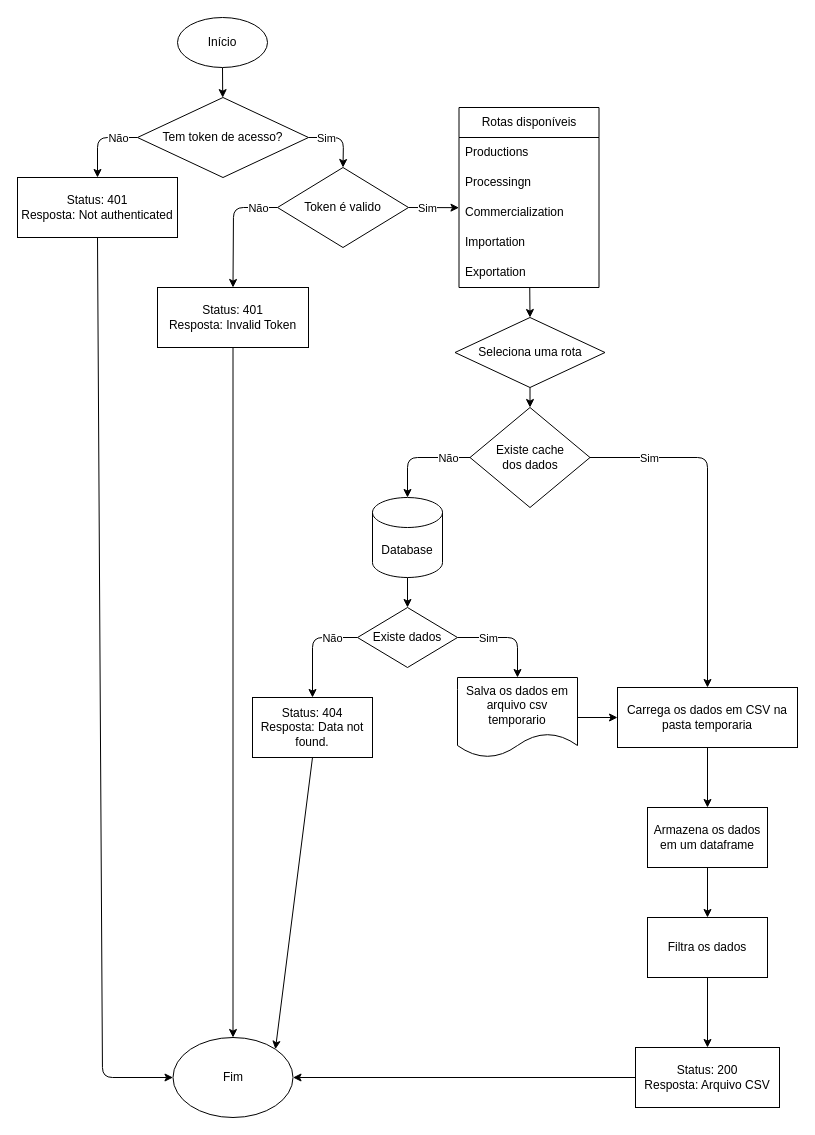
Above: docs/flowchart_api.drawio in barravitor/fiap-ml-tech-challenge-stage-1 (draw.io), before the change. Source tidied: cells renumbered, new cells numbered last; positions are measured from the earlier drawing's top-left corner, leaving out a move shared by most shapes. Both pictures are drawn from the tidied source at 100%, with x=0, y=0 at pixel (17, 17).
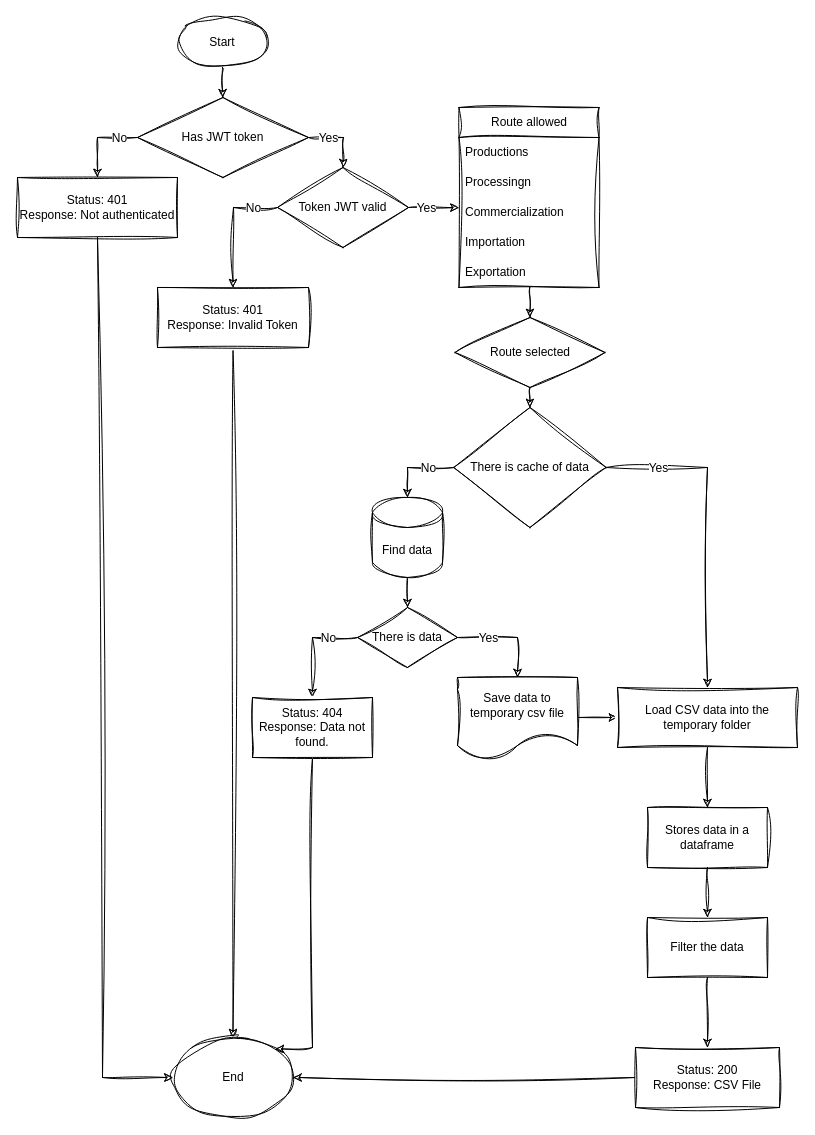
The same diagram, later.

What changed in the source:
```diff
@@
-    <mxCell id="2" style="edgeStyle=none;html=1;exitX=0.5;exitY=1;exitDx=0;exitDy=0;" parent="1" edge="1" source="3" target="8">
+    <mxCell id="2" style="edgeStyle=none;html=1;exitX=0.5;exitY=1;exitDx=0;exitDy=0;rounded=0;sketch=1;curveFitting=1;jiggle=2;" parent="1" edge="1" source="3" target="8">
       <mxGeometry relative="1" as="geometry" />
     </mxCell>
-    <mxCell id="3" value="Início" style="ellipse;whiteSpace=wrap;html=1;" parent="1" vertex="1">
+    <mxCell id="3" value="Start" style="ellipse;whiteSpace=wrap;html=1;rounded=0;sketch=1;curveFitting=1;jiggle=2;" parent="1" vertex="1">
       <mxGeometry x="160" width="90" height="50" as="geometry" />
     </mxCell>
-    <mxCell id="4" style="edgeStyle=none;html=1;exitX=0;exitY=0.5;exitDx=0;exitDy=0;entryX=0.5;entryY=0;entryDx=0;entryDy=0;" parent="1" edge="1" source="8" target="10">
+    <mxCell id="4" style="edgeStyle=none;html=1;exitX=0;exitY=0.5;exitDx=0;exitDy=0;entryX=0.5;entryY=0;entryDx=0;entryDy=0;rounded=0;sketch=1;curveFitting=1;jiggle=2;" parent="1" edge="1" source="8" target="10">
       <mxGeometry relative="1" as="geometry">
         <Array as="points">
           <mxPoint x="80" y="120" />
         </Array>
       </mxGeometry>
     </mxCell>
-    <mxCell id="5" value="Não" style="edgeLabel;html=1;align=center;verticalAlign=middle;" parent="4" vertex="1">
+    <mxCell id="5" value="&lt;font style=&quot;font-size: 12px;&quot;&gt;No&lt;/font&gt;" style="edgeLabel;html=1;align=center;verticalAlign=middle;rounded=0;sketch=1;curveFitting=1;jiggle=2;" parent="4" vertex="1">
       <mxGeometry x="-0.59" y="1" relative="1" as="geometry">
-        <mxPoint x="-4" y="-1" as="offset" />
+        <mxPoint x="-3" y="-1" as="offset" />
       </mxGeometry>
     </mxCell>
-    <mxCell id="6" style="edgeStyle=none;html=1;exitX=1;exitY=0.5;exitDx=0;exitDy=0;entryX=0.5;entryY=0;entryDx=0;entryDy=0;" parent="1" edge="1" source="8" target="15">
+    <mxCell id="6" style="edgeStyle=none;html=1;exitX=1;exitY=0.5;exitDx=0;exitDy=0;entryX=0.5;entryY=0;entryDx=0;entryDy=0;rounded=0;sketch=1;curveFitting=1;jiggle=2;" parent="1" edge="1" source="8" target="15">
       <mxGeometry relative="1" as="geometry">
         <Array as="points">
           <mxPoint x="326" y="120" />
         </Array>
       </mxGeometry>
     </mxCell>
-    <mxCell id="7" value="Sim" style="edgeLabel;html=1;align=center;verticalAlign=middle;" parent="6" vertex="1">
+    <mxCell id="7" value="&lt;font style=&quot;font-size: 12px;&quot;&gt;Yes&lt;/font&gt;" style="edgeLabel;html=1;align=center;verticalAlign=middle;rounded=0;sketch=1;curveFitting=1;jiggle=2;" parent="6" vertex="1">
       <mxGeometry x="-0.6" relative="1" as="geometry">
-        <mxPoint x="4" as="offset" />
+        <mxPoint x="6" as="offset" />
       </mxGeometry>
     </mxCell>
-    <mxCell id="8" value="Tem token de acesso?" style="rhombus;whiteSpace=wrap;html=1;" parent="1" vertex="1">
+    <mxCell id="8" value="Has JWT token" style="rhombus;whiteSpace=wrap;html=1;rounded=0;sketch=1;curveFitting=1;jiggle=2;" parent="1" vertex="1">
       <mxGeometry x="120" y="80" width="171" height="80" as="geometry" />
     </mxCell>
-    <mxCell id="9" style="edgeStyle=none;html=1;exitX=0.5;exitY=1;exitDx=0;exitDy=0;entryX=0;entryY=0.5;entryDx=0;entryDy=0;" parent="1" edge="1" source="10" target="18">
+    <mxCell id="9" style="edgeStyle=none;html=1;exitX=0.5;exitY=1;exitDx=0;exitDy=0;entryX=0;entryY=0.5;entryDx=0;entryDy=0;rounded=0;sketch=1;curveFitting=1;jiggle=2;" parent="1" edge="1" source="10" target="18">
       <mxGeometry relative="1" as="geometry">
         <Array as="points">
           <mxPoint x="85" y="1060" />
         </Array>
       </mxGeometry>
     </mxCell>
-    <mxCell id="10" value="Status: 401&lt;br&gt;Resposta:&amp;nbsp;Not authenticated" style="rounded=0;whiteSpace=wrap;html=1;" parent="1" vertex="1">
+    <mxCell id="10" value="Status: 401&lt;br&gt;Response:&amp;nbsp;Not authenticated" style="rounded=0;whiteSpace=wrap;html=1;sketch=1;curveFitting=1;jiggle=2;" parent="1" vertex="1">
       <mxGeometry y="160" width="160" height="60" as="geometry" />
     </mxCell>
-    <mxCell id="11" style="edgeStyle=none;html=1;exitX=0;exitY=0.5;exitDx=0;exitDy=0;entryX=0.5;entryY=0;entryDx=0;entryDy=0;" parent="1" edge="1" source="15" target="17">
+    <mxCell id="11" style="edgeStyle=none;html=1;exitX=0;exitY=0.5;exitDx=0;exitDy=0;entryX=0.5;entryY=0;entryDx=0;entryDy=0;rounded=0;sketch=1;curveFitting=1;jiggle=2;" parent="1" edge="1" source="15" target="17">
       <mxGeometry relative="1" as="geometry">
         <Array as="points">
           <mxPoint x="216" y="190" />
         </Array>
       </mxGeometry>
     </mxCell>
-    <mxCell id="12" value="Não" style="edgeLabel;html=1;align=center;verticalAlign=middle;" parent="11" vertex="1">
+    <mxCell id="12" value="&lt;font style=&quot;font-size: 12px;&quot;&gt;No&lt;/font&gt;" style="edgeLabel;html=1;align=center;verticalAlign=middle;rounded=0;sketch=1;curveFitting=1;jiggle=2;" parent="11" vertex="1">
       <mxGeometry x="-0.31" relative="1" as="geometry">
-        <mxPoint x="23" as="offset" />
+        <mxPoint x="18" as="offset" />
       </mxGeometry>
     </mxCell>
-    <mxCell id="13" style="edgeStyle=none;html=1;exitX=1;exitY=0.5;exitDx=0;exitDy=0;entryX=0;entryY=0.339;entryDx=0;entryDy=0;entryPerimeter=0;" parent="1" edge="1" source="15" target="23">
+    <mxCell id="13" style="edgeStyle=none;html=1;exitX=1;exitY=0.5;exitDx=0;exitDy=0;entryX=0;entryY=0.339;entryDx=0;entryDy=0;entryPerimeter=0;rounded=0;sketch=1;curveFitting=1;jiggle=2;" parent="1" edge="1" source="15" target="23">
       <mxGeometry relative="1" as="geometry" />
     </mxCell>
-    <mxCell id="14" value="Sim" style="edgeLabel;html=1;align=center;verticalAlign=middle;" parent="13" vertex="1">
+    <mxCell id="14" value="&lt;font style=&quot;font-size: 12px;&quot;&gt;Yes&lt;/font&gt;" style="edgeLabel;html=1;align=center;verticalAlign=middle;rounded=0;sketch=1;curveFitting=1;jiggle=2;" parent="13" vertex="1">
       <mxGeometry x="-0.35" relative="1" as="geometry">
-        <mxPoint x="3" as="offset" />
+        <mxPoint x="2" as="offset" />
       </mxGeometry>
     </mxCell>
-    <mxCell id="15" value="Token é valido" style="rhombus;whiteSpace=wrap;html=1;" parent="1" vertex="1">
+    <mxCell id="15" value="Token JWT valid" style="rhombus;whiteSpace=wrap;html=1;rounded=0;sketch=1;curveFitting=1;jiggle=2;" parent="1" vertex="1">
       <mxGeometry x="260" y="150" width="131" height="80" as="geometry" />
     </mxCell>
-    <mxCell id="16" style="edgeStyle=none;html=1;exitX=0.5;exitY=1;exitDx=0;exitDy=0;entryX=0.5;entryY=0;entryDx=0;entryDy=0;" parent="1" edge="1" source="17" target="18">
+    <mxCell id="16" style="edgeStyle=none;html=1;exitX=0.5;exitY=1;exitDx=0;exitDy=0;entryX=0.5;entryY=0;entryDx=0;entryDy=0;rounded=0;sketch=1;curveFitting=1;jiggle=2;" parent="1" edge="1" source="17" target="18">
       <mxGeometry relative="1" as="geometry" />
     </mxCell>
-    <mxCell id="17" value="Status: 401&lt;br&gt;Resposta: Invalid Token" style="rounded=0;whiteSpace=wrap;html=1;" parent="1" vertex="1">
+    <mxCell id="17" value="Status: 401&lt;br&gt;Response: Invalid Token" style="rounded=0;whiteSpace=wrap;html=1;sketch=1;curveFitting=1;jiggle=2;" parent="1" vertex="1">
       <mxGeometry x="140" y="270" width="151" height="60" as="geometry" />
     </mxCell>
-    <mxCell id="18" value="Fim" style="ellipse;whiteSpace=wrap;html=1;" parent="1" vertex="1">
+    <mxCell id="18" value="End" style="ellipse;whiteSpace=wrap;html=1;rounded=0;sketch=1;curveFitting=1;jiggle=2;" parent="1" vertex="1">
       <mxGeometry x="155.5" y="1020" width="120" height="80" as="geometry" />
     </mxCell>
-    <mxCell id="19" style="edgeStyle=none;html=1;entryX=0.5;entryY=0;entryDx=0;entryDy=0;" parent="1" edge="1" source="20" target="27">
+    <mxCell id="19" style="edgeStyle=none;html=1;entryX=0.5;entryY=0;entryDx=0;entryDy=0;rounded=0;sketch=1;curveFitting=1;jiggle=2;" parent="1" edge="1" source="20" target="27">
       <mxGeometry relative="1" as="geometry" />
     </mxCell>
-    <mxCell id="20" value="Rotas disponíveis" style="swimlane;fontStyle=0;horizontal=1;startSize=30;whiteSpace=wrap;html=1;" parent="1" vertex="1">
+    <mxCell id="20" value="Route allowed" style="swimlane;fontStyle=0;horizontal=1;startSize=30;whiteSpace=wrap;html=1;rounded=0;sketch=1;curveFitting=1;jiggle=2;" parent="1" vertex="1">
       <mxGeometry x="441.5" y="90" width="140" height="180" as="geometry" />
     </mxCell>
-    <mxCell id="21" value="&lt;span style=&quot;text-align: center;&quot;&gt;Productions&lt;/span&gt;" style="text;strokeColor=none;fillColor=none;align=left;verticalAlign=middle;spacingLeft=4;spacingRight=4;overflow=hidden;whiteSpace=wrap;html=1;" parent="20" vertex="1">
+    <mxCell id="21" value="&lt;span style=&quot;text-align: center;&quot;&gt;Productions&lt;/span&gt;" style="text;strokeColor=none;fillColor=none;align=left;verticalAlign=middle;spacingLeft=4;spacingRight=4;overflow=hidden;whiteSpace=wrap;html=1;rounded=0;sketch=1;curveFitting=1;jiggle=2;" parent="20" vertex="1">
       <mxGeometry y="30" width="140" height="30" as="geometry" />
     </mxCell>
-    <mxCell id="22" value="&lt;span style=&quot;text-align: center;&quot;&gt;Processingn&lt;/span&gt;" style="text;strokeColor=none;fillColor=none;align=left;verticalAlign=middle;spacingLeft=4;spacingRight=4;overflow=hidden;whiteSpace=wrap;html=1;" parent="20" vertex="1">
+    <mxCell id="22" value="&lt;span style=&quot;text-align: center;&quot;&gt;Processingn&lt;/span&gt;" style="text;strokeColor=none;fillColor=none;align=left;verticalAlign=middle;spacingLeft=4;spacingRight=4;overflow=hidden;whiteSpace=wrap;html=1;rounded=0;sketch=1;curveFitting=1;jiggle=2;" parent="20" vertex="1">
       <mxGeometry y="60" width="140" height="30" as="geometry" />
     </mxCell>
-    <mxCell id="23" value="&lt;span style=&quot;text-align: center;&quot;&gt;Commercialization&lt;/span&gt;" style="text;strokeColor=none;fillColor=none;align=left;verticalAlign=middle;spacingLeft=4;spacingRight=4;overflow=hidden;points=[[0,0.5],[1,0.5]];portConstraint=eastwest;whiteSpace=wrap;html=1;" parent="20" vertex="1">
+    <mxCell id="23" value="&lt;span style=&quot;text-align: center;&quot;&gt;Commercialization&lt;/span&gt;" style="text;strokeColor=none;fillColor=none;align=left;verticalAlign=middle;spacingLeft=4;spacingRight=4;overflow=hidden;points=[[0,0.5],[1,0.5]];portConstraint=eastwest;whiteSpace=wrap;html=1;rounded=0;sketch=1;curveFitting=1;jiggle=2;" parent="20" vertex="1">
       <mxGeometry y="90" width="140" height="30" as="geometry" />
     </mxCell>
-    <mxCell id="24" value="&lt;span style=&quot;text-align: center;&quot;&gt;Importation&lt;/span&gt;" style="text;strokeColor=none;fillColor=none;align=left;verticalAlign=middle;spacingLeft=4;spacingRight=4;overflow=hidden;whiteSpace=wrap;html=1;" parent="20" vertex="1">
+    <mxCell id="24" value="&lt;span style=&quot;text-align: center;&quot;&gt;Importation&lt;/span&gt;" style="text;strokeColor=none;fillColor=none;align=left;verticalAlign=middle;spacingLeft=4;spacingRight=4;overflow=hidden;whiteSpace=wrap;html=1;rounded=0;sketch=1;curveFitting=1;jiggle=2;" parent="20" vertex="1">
       <mxGeometry y="120" width="140" height="30" as="geometry" />
     </mxCell>
-    <mxCell id="25" value="&lt;span style=&quot;text-align: center;&quot;&gt;Exportation&lt;/span&gt;" style="text;strokeColor=none;fillColor=none;align=left;verticalAlign=middle;spacingLeft=4;spacingRight=4;overflow=hidden;whiteSpace=wrap;html=1;" parent="20" vertex="1">
+    <mxCell id="25" value="&lt;span style=&quot;text-align: center;&quot;&gt;Exportation&lt;/span&gt;" style="text;strokeColor=none;fillColor=none;align=left;verticalAlign=middle;spacingLeft=4;spacingRight=4;overflow=hidden;whiteSpace=wrap;html=1;rounded=0;sketch=1;curveFitting=1;jiggle=2;" parent="20" vertex="1">
       <mxGeometry y="150" width="140" height="30" as="geometry" />
     </mxCell>
-    <mxCell id="26" style="edgeStyle=none;html=1;exitX=0.5;exitY=1;exitDx=0;exitDy=0;entryX=0.5;entryY=0;entryDx=0;entryDy=0;" parent="1" edge="1" source="27" target="36">
+    <mxCell id="26" style="edgeStyle=none;html=1;exitX=0.5;exitY=1;exitDx=0;exitDy=0;entryX=0.5;entryY=0;entryDx=0;entryDy=0;rounded=0;sketch=1;curveFitting=1;jiggle=2;" parent="1" edge="1" source="27" target="36">
       <mxGeometry relative="1" as="geometry" />
     </mxCell>
-    <mxCell id="27" value="Seleciona uma rota" style="rhombus;whiteSpace=wrap;html=1;" parent="1" vertex="1">
+    <mxCell id="27" value="Route selected" style="rhombus;whiteSpace=wrap;html=1;rounded=0;sketch=1;curveFitting=1;jiggle=2;" parent="1" vertex="1">
       <mxGeometry x="437.5" y="300" width="150" height="70" as="geometry" />
     </mxCell>
-    <mxCell id="28" style="edgeStyle=none;html=1;exitX=0.5;exitY=1;exitDx=0;exitDy=0;exitPerimeter=0;" parent="1" edge="1" source="29" target="43">
+    <mxCell id="28" style="edgeStyle=none;html=1;exitX=0.5;exitY=1;exitDx=0;exitDy=0;exitPerimeter=0;rounded=0;sketch=1;curveFitting=1;jiggle=2;" parent="1" edge="1" source="29" target="43">
       <mxGeometry relative="1" as="geometry" />
     </mxCell>
-    <mxCell id="29" value="Database" style="shape=cylinder3;whiteSpace=wrap;html=1;boundedLbl=1;backgroundOutline=1;size=15;" parent="1" vertex="1">
+    <mxCell id="29" value="Find data" style="shape=cylinder3;whiteSpace=wrap;html=1;boundedLbl=1;backgroundOutline=1;size=15;rounded=0;sketch=1;curveFitting=1;jiggle=2;" parent="1" vertex="1">
       <mxGeometry x="355" y="480" width="70" height="80" as="geometry" />
     </mxCell>
-    <mxCell id="30" style="edgeStyle=none;html=1;exitX=0.5;exitY=1;exitDx=0;exitDy=0;" parent="1" edge="1" source="31" target="49">
+    <mxCell id="30" style="edgeStyle=none;html=1;exitX=0.5;exitY=1;exitDx=0;exitDy=0;rounded=0;sketch=1;curveFitting=1;jiggle=2;" parent="1" edge="1" source="31" target="49">
       <mxGeometry relative="1" as="geometry" />
     </mxCell>
-    <mxCell id="31" value="Filtra os dados" style="rounded=0;whiteSpace=wrap;html=1;" parent="1" vertex="1">
+    <mxCell id="31" value="Filter the data" style="rounded=0;whiteSpace=wrap;html=1;sketch=1;curveFitting=1;jiggle=2;" parent="1" vertex="1">
       <mxGeometry x="630" y="900" width="120" height="60" as="geometry" />
     </mxCell>
-    <mxCell id="32" style="edgeStyle=none;html=1;exitX=0;exitY=0.5;exitDx=0;exitDy=0;entryX=0.5;entryY=0;entryDx=0;entryDy=0;entryPerimeter=0;" parent="1" edge="1" source="36" target="29">
+    <mxCell id="32" style="edgeStyle=none;html=1;exitX=0;exitY=0.5;exitDx=0;exitDy=0;entryX=0.5;entryY=0;entryDx=0;entryDy=0;entryPerimeter=0;rounded=0;sketch=1;curveFitting=1;jiggle=2;" parent="1" edge="1" source="36" target="29">
       <mxGeometry relative="1" as="geometry">
         <Array as="points">
-          <mxPoint x="390" y="440" />
+          <mxPoint x="390" y="450" />
         </Array>
       </mxGeometry>
     </mxCell>
-    <mxCell id="33" value="Não" style="edgeLabel;html=1;align=center;verticalAlign=middle;" parent="32" vertex="1">
+    <mxCell id="33" value="&lt;font style=&quot;font-size: 12px;&quot;&gt;No&lt;/font&gt;" style="edgeLabel;html=1;align=center;verticalAlign=middle;rounded=0;sketch=1;curveFitting=1;jiggle=2;" parent="32" vertex="1">
       <mxGeometry x="-0.67" relative="1" as="geometry">
-        <mxPoint x="-5" as="offset" />
+        <mxPoint x="-13" as="offset" />
       </mxGeometry>
     </mxCell>
-    <mxCell id="34" style="edgeStyle=none;html=1;exitX=1;exitY=0.5;exitDx=0;exitDy=0;entryX=0.5;entryY=0;entryDx=0;entryDy=0;" parent="1" edge="1" source="36" target="51">
+    <mxCell id="34" style="edgeStyle=none;html=1;exitX=1;exitY=0.5;exitDx=0;exitDy=0;entryX=0.5;entryY=0;entryDx=0;entryDy=0;rounded=0;sketch=1;curveFitting=1;jiggle=2;" parent="1" edge="1" source="36" target="51">
       <mxGeometry relative="1" as="geometry">
         <Array as="points">
-          <mxPoint x="690" y="440" />
+          <mxPoint x="690" y="450" />
         </Array>
       </mxGeometry>
     </mxCell>
-    <mxCell id="35" value="Sim" style="edgeLabel;html=1;align=center;verticalAlign=middle;" parent="34" vertex="1">
+    <mxCell id="35" value="&lt;font style=&quot;font-size: 12px;&quot;&gt;Yes&lt;/font&gt;" style="edgeLabel;html=1;align=center;verticalAlign=middle;rounded=0;sketch=1;curveFitting=1;jiggle=2;" parent="34" vertex="1">
       <mxGeometry x="-0.84" relative="1" as="geometry">
-        <mxPoint x="31" as="offset" />
+        <mxPoint x="26" as="offset" />
       </mxGeometry>
     </mxCell>
-    <mxCell id="36" value="Existe cache&lt;br&gt;dos dados" style="rhombus;whiteSpace=wrap;html=1;" parent="1" vertex="1">
-      <mxGeometry x="452.5" y="390" width="120" height="100" as="geometry" />
+    <mxCell id="36" value="There is cache of data" style="rhombus;whiteSpace=wrap;html=1;rounded=0;sketch=1;curveFitting=1;jiggle=2;" parent="1" vertex="1">
+      <mxGeometry x="436.2" y="390" width="152.5" height="120" as="geometry" />
     </mxCell>
-    <mxCell id="37" style="edgeStyle=none;html=1;exitX=0.5;exitY=1;exitDx=0;exitDy=0;entryX=0.5;entryY=0;entryDx=0;entryDy=0;" parent="1" edge="1" source="38" target="31">
+    <mxCell id="37" style="edgeStyle=none;html=1;exitX=0.5;exitY=1;exitDx=0;exitDy=0;entryX=0.5;entryY=0;entryDx=0;entryDy=0;rounded=0;sketch=1;curveFitting=1;jiggle=2;" parent="1" edge="1" source="38" target="31">
       <mxGeometry relative="1" as="geometry" />
     </mxCell>
-    <mxCell id="38" value="Armazena os dados em um dataframe" style="rounded=0;whiteSpace=wrap;html=1;" parent="1" vertex="1">
+    <mxCell id="38" value="Stores data in a dataframe" style="rounded=0;whiteSpace=wrap;html=1;sketch=1;curveFitting=1;jiggle=2;" parent="1" vertex="1">
       <mxGeometry x="630" y="790" width="120" height="60" as="geometry" />
     </mxCell>
-    <mxCell id="39" style="edgeStyle=none;html=1;exitX=1;exitY=0.5;exitDx=0;exitDy=0;entryX=0.5;entryY=0;entryDx=0;entryDy=0;" parent="1" edge="1" source="43" target="47">
+    <mxCell id="39" style="edgeStyle=none;html=1;exitX=1;exitY=0.5;exitDx=0;exitDy=0;entryX=0.5;entryY=0;entryDx=0;entryDy=0;rounded=0;sketch=1;curveFitting=1;jiggle=2;" parent="1" edge="1" source="43" target="47">
       <mxGeometry relative="1" as="geometry">
         <Array as="points">
           <mxPoint x="500" y="620" />
         </Array>
       </mxGeometry>
     </mxCell>
-    <mxCell id="40" value="Sim" style="edgeLabel;html=1;align=center;verticalAlign=middle;" parent="39" vertex="1">
+    <mxCell id="40" value="&lt;font style=&quot;font-size: 12px;&quot;&gt;Yes&lt;/font&gt;" style="edgeLabel;html=1;align=center;verticalAlign=middle;rounded=0;sketch=1;curveFitting=1;jiggle=2;" parent="39" vertex="1">
       <mxGeometry x="-0.44" y="1" relative="1" as="geometry">
         <mxPoint x="2" y="1" as="offset" />
       </mxGeometry>
     </mxCell>
-    <mxCell id="41" style="edgeStyle=none;html=1;exitX=0;exitY=0.5;exitDx=0;exitDy=0;entryX=0.5;entryY=0;entryDx=0;entryDy=0;" parent="1" edge="1" source="43" target="45">
+    <mxCell id="41" style="edgeStyle=none;html=1;exitX=0;exitY=0.5;exitDx=0;exitDy=0;entryX=0.5;entryY=0;entryDx=0;entryDy=0;rounded=0;sketch=1;curveFitting=1;jiggle=2;" parent="1" edge="1" source="43" target="45">
       <mxGeometry relative="1" as="geometry">
         <Array as="points">
           <mxPoint x="295" y="620" />
         </Array>
       </mxGeometry>
     </mxCell>
-    <mxCell id="42" value="Não" style="edgeLabel;html=1;align=center;verticalAlign=middle;" parent="41" vertex="1">
+    <mxCell id="42" value="&lt;font style=&quot;font-size: 12px;&quot;&gt;No&lt;/font&gt;" style="edgeLabel;html=1;align=center;verticalAlign=middle;rounded=0;sketch=1;curveFitting=1;jiggle=2;" parent="41" vertex="1">
       <mxGeometry x="-0.39" y="-1" relative="1" as="geometry">
-        <mxPoint x="6" y="1" as="offset" />
+        <mxPoint x="2" y="1" as="offset" />
       </mxGeometry>
     </mxCell>
-    <mxCell id="43" value="Existe dados" style="rhombus;whiteSpace=wrap;html=1;" parent="1" vertex="1">
+    <mxCell id="43" value="There is data" style="rhombus;whiteSpace=wrap;html=1;rounded=0;sketch=1;curveFitting=1;jiggle=2;" parent="1" vertex="1">
       <mxGeometry x="340" y="590" width="100" height="60" as="geometry" />
     </mxCell>
-    <mxCell id="44" style="edgeStyle=none;html=1;exitX=0.5;exitY=1;exitDx=0;exitDy=0;entryX=1;entryY=0;entryDx=0;entryDy=0;" parent="1" edge="1" source="45" target="18">
-      <mxGeometry relative="1" as="geometry" />
+    <mxCell id="44" style="edgeStyle=none;html=1;exitX=0.5;exitY=1;exitDx=0;exitDy=0;entryX=1;entryY=0;entryDx=0;entryDy=0;rounded=0;sketch=1;curveFitting=1;jiggle=2;" parent="1" edge="1" source="45" target="18">
+      <mxGeometry relative="1" as="geometry">
+        <Array as="points">
+          <mxPoint x="295" y="1030" />
+        </Array>
+      </mxGeometry>
     </mxCell>
-    <mxCell id="45" value="Status: 404&lt;br&gt;Resposta: Data not found." style="rounded=0;whiteSpace=wrap;html=1;" parent="1" vertex="1">
+    <mxCell id="45" value="Status: 404&lt;br&gt;Response: Data not found." style="rounded=0;whiteSpace=wrap;html=1;sketch=1;curveFitting=1;jiggle=2;" parent="1" vertex="1">
       <mxGeometry x="235" y="680" width="120" height="60" as="geometry" />
     </mxCell>
-    <mxCell id="46" style="edgeStyle=none;html=1;exitX=1;exitY=0.5;exitDx=0;exitDy=0;entryX=0;entryY=0.5;entryDx=0;entryDy=0;" parent="1" edge="1" source="47" target="51">
+    <mxCell id="46" style="edgeStyle=none;html=1;exitX=1;exitY=0.5;exitDx=0;exitDy=0;entryX=0;entryY=0.5;entryDx=0;entryDy=0;rounded=0;sketch=1;curveFitting=1;jiggle=2;" parent="1" edge="1" source="47" target="51">
       <mxGeometry relative="1" as="geometry" />
     </mxCell>
-    <mxCell id="47" value="Salva os dados em arquivo csv temporario" style="shape=document;whiteSpace=wrap;html=1;boundedLbl=1;" parent="1" vertex="1">
+    <mxCell id="47" value="Save data to temporary csv file" style="shape=document;whiteSpace=wrap;html=1;boundedLbl=1;rounded=0;sketch=1;curveFitting=1;jiggle=2;" parent="1" vertex="1">
       <mxGeometry x="440" y="660" width="120" height="80" as="geometry" />
     </mxCell>
-    <mxCell id="48" style="edgeStyle=none;html=1;exitX=0;exitY=0.5;exitDx=0;exitDy=0;entryX=1;entryY=0.5;entryDx=0;entryDy=0;" parent="1" edge="1" source="49" target="18">
+    <mxCell id="48" style="edgeStyle=none;html=1;exitX=0;exitY=0.5;exitDx=0;exitDy=0;entryX=1;entryY=0.5;entryDx=0;entryDy=0;rounded=0;sketch=1;curveFitting=1;jiggle=2;" parent="1" edge="1" source="49" target="18">
       <mxGeometry relative="1" as="geometry" />
     </mxCell>
-    <mxCell id="49" value="Status: 200&lt;br&gt;Resposta: Arquivo CSV" style="rounded=0;whiteSpace=wrap;html=1;" parent="1" vertex="1">
+    <mxCell id="49" value="Status: 200&lt;br&gt;Response: CSV File" style="rounded=0;whiteSpace=wrap;html=1;sketch=1;curveFitting=1;jiggle=2;" parent="1" vertex="1">
       <mxGeometry x="618" y="1030" width="144" height="60" as="geometry" />
     </mxCell>
-    <mxCell id="50" style="edgeStyle=none;html=1;exitX=0.5;exitY=1;exitDx=0;exitDy=0;" parent="1" edge="1" source="51" target="38">
+    <mxCell id="50" style="edgeStyle=none;html=1;exitX=0.5;exitY=1;exitDx=0;exitDy=0;rounded=0;sketch=1;curveFitting=1;jiggle=2;" parent="1" edge="1" source="51" target="38">
       <mxGeometry relative="1" as="geometry" />
     </mxCell>
-    <mxCell id="51" value="Carrega os dados em CSV na pasta temporaria" style="rounded=0;whiteSpace=wrap;html=1;" parent="1" vertex="1">
+    <mxCell id="51" value="Load CSV data into the temporary folder" style="rounded=0;whiteSpace=wrap;html=1;sketch=1;curveFitting=1;jiggle=2;" parent="1" vertex="1">
       <mxGeometry x="600" y="670" width="180" height="60" as="geometry" />
     </mxCell>
```
